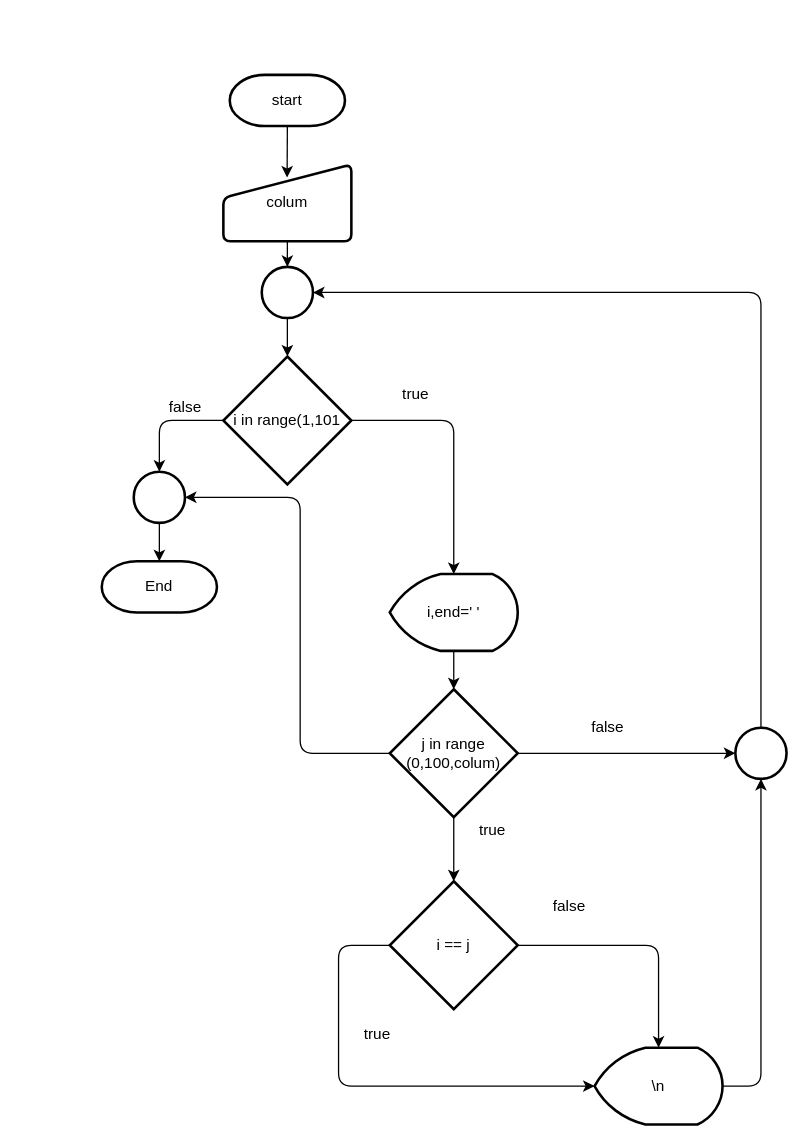
Before: L03test/1-100.drawio in Thanormsaksudsee/INET-Python, a draw.io diagram. Source tidied: cells renumbered, new cells numbered last; positions are measured from the earlier drawing's top-left corner, leaving out a move shared by most shapes. Both pictures are drawn from the tidied source at 128%, with x=0, y=0 at pixel (101, 74).
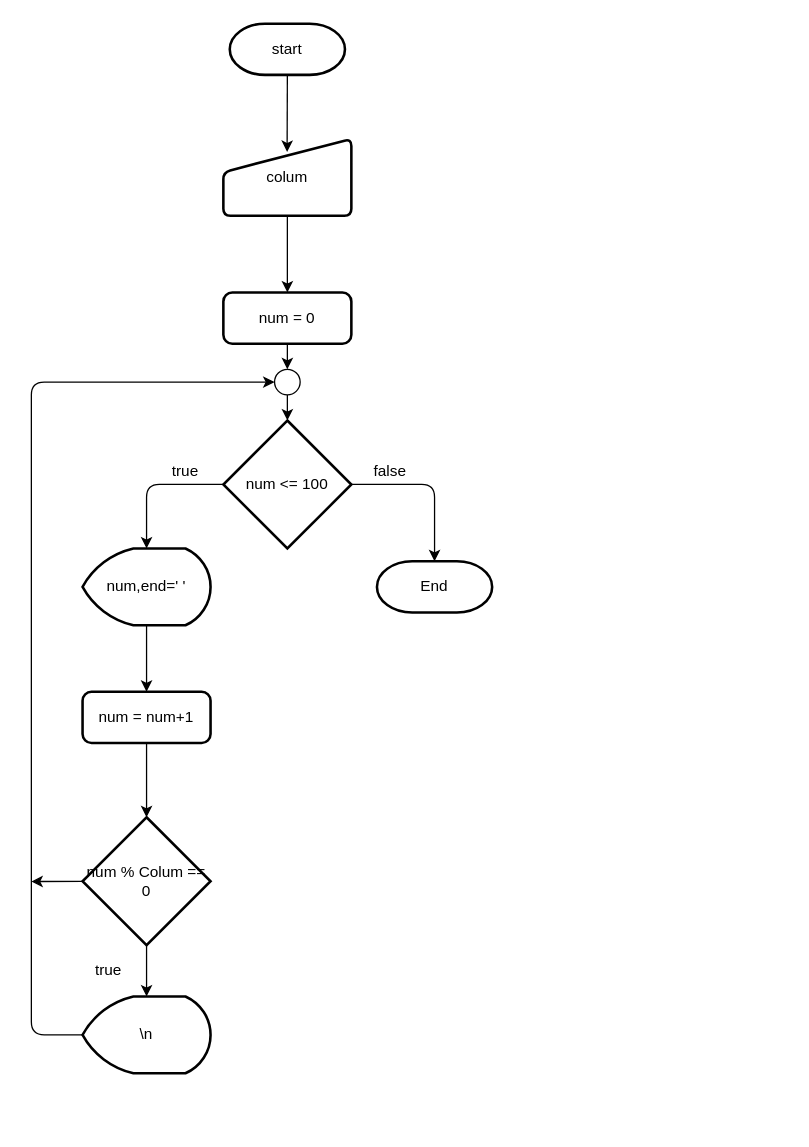
The same diagram, later.

Diff of the diagram source:
```diff
@@
     <mxCell id="3" value="start" style="strokeWidth=2;html=1;shape=mxgraph.flowchart.terminator;whiteSpace=wrap;" parent="1" vertex="1">
-      <mxGeometry x="100" width="90" height="40" as="geometry" />
+      <mxGeometry x="100" y="-40" width="90" height="40" as="geometry" />
     </mxCell>
-    <mxCell id="4" style="edgeStyle=none;html=1;exitX=0.5;exitY=1;exitDx=0;exitDy=0;entryX=0.5;entryY=0;entryDx=0;entryDy=0;entryPerimeter=0;" parent="1" edge="1" source="5" target="28">
-      <mxGeometry relative="1" as="geometry" />
+    <mxCell id="4" style="edgeStyle=none;html=1;exitX=0.5;exitY=1;exitDx=0;exitDy=0;" parent="1" edge="1" source="5">
+      <mxGeometry relative="1" as="geometry">
+        <mxPoint x="145" y="170" as="targetPoint" />
+      </mxGeometry>
     </mxCell>
     <mxCell id="5" value="colum" style="html=1;strokeWidth=2;shape=manualInput;whiteSpace=wrap;rounded=1;size=26;arcSize=11;" parent="1" vertex="1">
-      <mxGeometry x="95" y="70" width="100" height="60" as="geometry" />
+      <mxGeometry x="95" y="50" width="100" height="60" as="geometry" />
     </mxCell>
-    <mxCell id="6" style="edgeStyle=none;html=1;exitX=1;exitY=0.5;exitDx=0;exitDy=0;exitPerimeter=0;entryX=0.5;entryY=0;entryDx=0;entryDy=0;entryPerimeter=0;" parent="1" edge="1" source="8" target="10">
-      <mxGeometry relative="1" as="geometry">
-        <Array as="points">
-          <mxPoint x="275" y="270" />
-        </Array>
-      </mxGeometry>
-    </mxCell>
-    <mxCell id="7" style="edgeStyle=none;html=1;exitX=0;exitY=0.5;exitDx=0;exitDy=0;exitPerimeter=0;entryX=0.5;entryY=0;entryDx=0;entryDy=0;entryPerimeter=0;" parent="1" edge="1" source="8" target="30">
-      <mxGeometry relative="1" as="geometry">
-        <Array as="points">
-          <mxPoint x="45" y="270" />
-        </Array>
-      </mxGeometry>
-    </mxCell>
-    <mxCell id="8" value="i in range(1,101" style="strokeWidth=2;html=1;shape=mxgraph.flowchart.decision;whiteSpace=wrap;" parent="1" vertex="1">
-      <mxGeometry x="95" y="220" width="100" height="100" as="geometry" />
-    </mxCell>
-    <mxCell id="9" style="edgeStyle=none;html=1;exitX=0.5;exitY=1;exitDx=0;exitDy=0;exitPerimeter=0;entryX=0.5;entryY=0;entryDx=0;entryDy=0;entryPerimeter=0;" parent="1" edge="1" source="10" target="14">
-      <mxGeometry relative="1" as="geometry" />
-    </mxCell>
-    <mxCell id="10" value="i,end=' '" style="strokeWidth=2;html=1;shape=mxgraph.flowchart.display;whiteSpace=wrap;" parent="1" vertex="1">
-      <mxGeometry x="225" y="390" width="100" height="60" as="geometry" />
-    </mxCell>
-    <mxCell id="11" style="edgeStyle=none;html=1;exitX=0.5;exitY=1;exitDx=0;exitDy=0;exitPerimeter=0;" parent="1" edge="1" source="14" target="17">
-      <mxGeometry relative="1" as="geometry" />
-    </mxCell>
-    <mxCell id="12" style="edgeStyle=none;html=1;exitX=1;exitY=0.5;exitDx=0;exitDy=0;exitPerimeter=0;entryX=0;entryY=0.5;entryDx=0;entryDy=0;entryPerimeter=0;" parent="1" edge="1" source="14" target="26">
-      <mxGeometry relative="1" as="geometry" />
-    </mxCell>
-    <mxCell id="13" style="edgeStyle=none;html=1;exitX=0;exitY=0.5;exitDx=0;exitDy=0;exitPerimeter=0;entryX=1;entryY=0.5;entryDx=0;entryDy=0;entryPerimeter=0;" parent="1" edge="1" source="14" target="30">
-      <mxGeometry relative="1" as="geometry">
-        <Array as="points">
-          <mxPoint x="155" y="530" />
-          <mxPoint x="155" y="450" />
-          <mxPoint x="155" y="330" />
-        </Array>
-      </mxGeometry>
-    </mxCell>
-    <mxCell id="14" value="j in range (0,100,colum)" style="strokeWidth=2;html=1;shape=mxgraph.flowchart.decision;whiteSpace=wrap;" parent="1" vertex="1">
-      <mxGeometry x="225" y="480" width="100" height="100" as="geometry" />
-    </mxCell>
-    <mxCell id="15" style="edgeStyle=none;html=1;exitX=1;exitY=0.5;exitDx=0;exitDy=0;exitPerimeter=0;entryX=0.5;entryY=0;entryDx=0;entryDy=0;entryPerimeter=0;" parent="1" edge="1" source="17" target="19">
-      <mxGeometry relative="1" as="geometry">
-        <Array as="points">
-          <mxPoint x="435" y="680" />
-        </Array>
-      </mxGeometry>
-    </mxCell>
+    <mxCell id="33" style="edgeStyle=none;html=1;exitX=0.5;exitY=1;exitDx=0;exitDy=0;entryX=0.5;entryY=0;entryDx=0;entryDy=0;entryPerimeter=0;" parent="1" edge="1" source="16" target="49">
+      <mxGeometry relative="1" as="geometry" />
+    </mxCell>
-    <mxCell id="16" style="edgeStyle=none;html=1;exitX=0;exitY=0.5;exitDx=0;exitDy=0;exitPerimeter=0;entryX=0;entryY=0.5;entryDx=0;entryDy=0;entryPerimeter=0;" parent="1" edge="1" source="17" target="19">
-      <mxGeometry relative="1" as="geometry">
-        <Array as="points">
-          <mxPoint x="185" y="680" />
-          <mxPoint x="185" y="790" />
-        </Array>
-      </mxGeometry>
+    <mxCell id="16" value="num = 0" style="rounded=1;whiteSpace=wrap;html=1;absoluteArcSize=1;arcSize=14;strokeWidth=2;" parent="1" vertex="1">
+      <mxGeometry x="95" y="170" width="100" height="40" as="geometry" />
     </mxCell>
-    <mxCell id="17" value="i == j" style="strokeWidth=2;html=1;shape=mxgraph.flowchart.decision;whiteSpace=wrap;" parent="1" vertex="1">
-      <mxGeometry x="225" y="630" width="100" height="100" as="geometry" />
-    </mxCell>
-    <mxCell id="18" style="edgeStyle=none;html=1;exitX=1;exitY=0.5;exitDx=0;exitDy=0;exitPerimeter=0;entryX=0.5;entryY=1;entryDx=0;entryDy=0;entryPerimeter=0;" parent="1" edge="1" source="19" target="26">
-      <mxGeometry relative="1" as="geometry">
-        <Array as="points">
-          <mxPoint x="515" y="790" />
-        </Array>
-      </mxGeometry>
-    </mxCell>
+    <mxCell id="34" style="edgeStyle=none;html=1;exitX=0;exitY=0.5;exitDx=0;exitDy=0;exitPerimeter=0;entryX=0.5;entryY=0;entryDx=0;entryDy=0;entryPerimeter=0;" parent="1" edge="1" source="36" target="38">
+      <mxGeometry relative="1" as="geometry">
+        <Array as="points">
+          <mxPoint x="35" y="320" />
+        </Array>
+      </mxGeometry>
+    </mxCell>
+    <mxCell id="35" style="edgeStyle=none;html=1;exitX=1;exitY=0.5;exitDx=0;exitDy=0;exitPerimeter=0;entryX=0.5;entryY=0;entryDx=0;entryDy=0;entryPerimeter=0;" parent="1" edge="1" source="36" target="20">
+      <mxGeometry relative="1" as="geometry">
+        <Array as="points">
+          <mxPoint x="260" y="320" />
+        </Array>
+      </mxGeometry>
+    </mxCell>
+    <mxCell id="36" value="num &lt;= 100" style="strokeWidth=2;html=1;shape=mxgraph.flowchart.decision;whiteSpace=wrap;" parent="1" vertex="1">
+      <mxGeometry x="95" y="270" width="100" height="100" as="geometry" />
+    </mxCell>
+    <mxCell id="37" style="edgeStyle=none;html=1;exitX=0.5;exitY=1;exitDx=0;exitDy=0;exitPerimeter=0;entryX=0.5;entryY=0;entryDx=0;entryDy=0;" parent="1" edge="1" source="38" target="40">
+      <mxGeometry relative="1" as="geometry" />
+    </mxCell>
+    <mxCell id="38" value="num,end=' '" style="strokeWidth=2;html=1;shape=mxgraph.flowchart.display;whiteSpace=wrap;" parent="1" vertex="1">
+      <mxGeometry x="-15" y="370" width="100" height="60" as="geometry" />
+    </mxCell>
+    <mxCell id="20" value="End" style="strokeWidth=2;html=1;shape=mxgraph.flowchart.terminator;whiteSpace=wrap;" parent="1" vertex="1">
+      <mxGeometry x="215" y="380" width="90" height="40" as="geometry" />
+    </mxCell>
+    <mxCell id="39" style="edgeStyle=none;html=1;exitX=0.5;exitY=1;exitDx=0;exitDy=0;entryX=0.5;entryY=0;entryDx=0;entryDy=0;entryPerimeter=0;" parent="1" edge="1" source="40" target="43">
+      <mxGeometry relative="1" as="geometry" />
+    </mxCell>
+    <mxCell id="40" value="num = num+1" style="rounded=1;whiteSpace=wrap;html=1;absoluteArcSize=1;arcSize=14;strokeWidth=2;" parent="1" vertex="1">
+      <mxGeometry x="-15" y="482" width="100" height="40" as="geometry" />
+    </mxCell>
+    <mxCell id="41" style="edgeStyle=none;html=1;exitX=0.5;exitY=1;exitDx=0;exitDy=0;exitPerimeter=0;entryX=0.5;entryY=0;entryDx=0;entryDy=0;entryPerimeter=0;" parent="1" edge="1" source="43" target="19">
+      <mxGeometry relative="1" as="geometry" />
+    </mxCell>
+    <mxCell id="42" style="edgeStyle=none;html=1;exitX=0;exitY=0.5;exitDx=0;exitDy=0;exitPerimeter=0;" parent="1" edge="1" source="43">
+      <mxGeometry relative="1" as="geometry">
+        <mxPoint x="-55" y="630.2" as="targetPoint" />
+      </mxGeometry>
+    </mxCell>
+    <mxCell id="43" value="num % Colum == 0" style="strokeWidth=2;html=1;shape=mxgraph.flowchart.decision;whiteSpace=wrap;" parent="1" vertex="1">
+      <mxGeometry x="-15" y="580" width="100" height="100" as="geometry" />
+    </mxCell>
+    <mxCell id="44" style="edgeStyle=none;html=1;exitX=0;exitY=0.5;exitDx=0;exitDy=0;exitPerimeter=0;entryX=0;entryY=0.5;entryDx=0;entryDy=0;entryPerimeter=0;" parent="1" edge="1" source="19" target="49">
+      <mxGeometry relative="1" as="geometry">
+        <Array as="points">
+          <mxPoint x="-55" y="750" />
+          <mxPoint x="-55" y="240" />
+        </Array>
+      </mxGeometry>
+    </mxCell>
     <mxCell id="19" value="\n" style="strokeWidth=2;html=1;shape=mxgraph.flowchart.display;whiteSpace=wrap;" parent="1" vertex="1">
-      <mxGeometry x="385" y="760" width="100" height="60" as="geometry" />
+      <mxGeometry x="-15" y="720" width="100" height="60" as="geometry" />
     </mxCell>
-    <mxCell id="20" value="End" style="strokeWidth=2;html=1;shape=mxgraph.flowchart.terminator;whiteSpace=wrap;" parent="1" vertex="1">
-      <mxGeometry y="380" width="90" height="40" as="geometry" />
-    </mxCell>
-    <mxCell id="21" value="true" style="text;html=1;align=center;verticalAlign=middle;strokeColor=none;fillColor=none;" parent="1" vertex="1">
-      <mxGeometry x="225" y="240" width="40" height="20" as="geometry" />
-    </mxCell>
-    <mxCell id="22" value="false" style="text;html=1;align=center;verticalAlign=middle;strokeColor=none;fillColor=none;" parent="1" vertex="1">
-      <mxGeometry x="45" y="250" width="40" height="20" as="geometry" />
-    </mxCell>
-    <mxCell id="23" value="true" style="text;html=1;align=center;verticalAlign=middle;strokeColor=none;fillColor=none;" parent="1" vertex="1">
-      <mxGeometry x="195" y="740" width="40" height="20" as="geometry" />
-    </mxCell>
-    <mxCell id="24" value="false" style="text;html=1;align=center;verticalAlign=middle;strokeColor=none;fillColor=none;" parent="1" vertex="1">
-      <mxGeometry x="375" y="500" width="40" height="20" as="geometry" />
-    </mxCell>
-    <mxCell id="25" style="edgeStyle=none;html=1;exitX=0.5;exitY=0;exitDx=0;exitDy=0;exitPerimeter=0;entryX=1;entryY=0.5;entryDx=0;entryDy=0;entryPerimeter=0;" parent="1" edge="1" source="26" target="28">
-      <mxGeometry relative="1" as="geometry">
-        <Array as="points">
-          <mxPoint x="515" y="170" />
-        </Array>
-      </mxGeometry>
-    </mxCell>
-    <mxCell id="26" style="strokeWidth=2;html=1;shape=mxgraph.flowchart.start_2;whiteSpace=wrap;" parent="1" vertex="1">
-      <mxGeometry x="495" y="510" width="40" height="40" as="geometry" />
-    </mxCell>
-    <mxCell id="27" style="edgeStyle=none;html=1;exitX=0.5;exitY=1;exitDx=0;exitDy=0;exitPerimeter=0;entryX=0.5;entryY=0;entryDx=0;entryDy=0;entryPerimeter=0;" parent="1" edge="1" source="28" target="8">
-      <mxGeometry relative="1" as="geometry" />
-    </mxCell>
-    <mxCell id="28" style="strokeWidth=2;html=1;shape=mxgraph.flowchart.start_2;whiteSpace=wrap;" parent="1" vertex="1">
-      <mxGeometry x="125" y="150" width="40" height="40" as="geometry" />
-    </mxCell>
-    <mxCell id="29" style="edgeStyle=none;html=1;exitX=0.5;exitY=1;exitDx=0;exitDy=0;exitPerimeter=0;entryX=0.5;entryY=0;entryDx=0;entryDy=0;entryPerimeter=0;" parent="1" edge="1" source="30" target="20">
-      <mxGeometry relative="1" as="geometry" />
-    </mxCell>
-    <mxCell id="30" style="strokeWidth=2;html=1;shape=mxgraph.flowchart.start_2;whiteSpace=wrap;" parent="1" vertex="1">
-      <mxGeometry x="25" y="310" width="40" height="40" as="geometry" />
-    </mxCell>
-    <mxCell id="31" value="false" style="text;html=1;align=center;verticalAlign=middle;strokeColor=none;fillColor=none;" parent="1" vertex="1">
-      <mxGeometry x="345" y="640" width="40" height="20" as="geometry" />
-    </mxCell>
-    <mxCell id="32" value="true" style="text;html=1;align=center;verticalAlign=middle;strokeColor=none;fillColor=none;" parent="1" vertex="1">
-      <mxGeometry x="285" y="580" width="40" height="20" as="geometry" />
-    </mxCell>
+    <mxCell id="45" value="true" style="text;html=1;align=center;verticalAlign=middle;strokeColor=none;fillColor=none;" parent="1" vertex="1">
+      <mxGeometry x="45" y="300" width="40" height="20" as="geometry" />
+    </mxCell>
+    <mxCell id="46" value="false" style="text;html=1;align=center;verticalAlign=middle;strokeColor=none;fillColor=none;" parent="1" vertex="1">
+      <mxGeometry x="205" y="300" width="40" height="20" as="geometry" />
+    </mxCell>
+    <mxCell id="47" value="true" style="text;html=1;align=center;verticalAlign=middle;strokeColor=none;fillColor=none;" parent="1" vertex="1">
+      <mxGeometry x="-15" y="690" width="40" height="20" as="geometry" />
+    </mxCell>
+    <mxCell id="48" style="edgeStyle=none;html=1;exitX=0.5;exitY=1;exitDx=0;exitDy=0;exitPerimeter=0;entryX=0.5;entryY=0;entryDx=0;entryDy=0;entryPerimeter=0;" parent="1" edge="1" source="49" target="36">
+      <mxGeometry relative="1" as="geometry" />
+    </mxCell>
+    <mxCell id="49" style="verticalLabelPosition=bottom;verticalAlign=top;html=1;shape=mxgraph.flowchart.on-page_reference;" parent="1" vertex="1">
+      <mxGeometry x="135" y="230" width="20" height="20" as="geometry" />
+    </mxCell>
```
